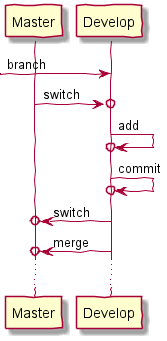
braboj/tutorial-git keeps this PlantUML diagram as assets/images/git_branching_diagram.png. Above is the earlier version.
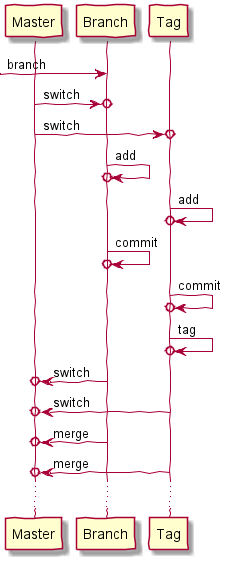
Above is the later version.

Commit message:
Update of the dataflow and branching diagrams

The edit, as a diff of the source:
```diff
@@ -4,15 +4,21 @@
 skinparam handwritten true
 
 participant Master
-participant Develop
+participant Branch
+participant Tag
 
-[-> Develop             : branch
-Master ->o Develop      : switch
-Develop ->o Develop     : add
-Develop ->o Develop     : commit
-Develop ->o Master      : switch
-Develop ->o Master      : merge
-
+[-> Branch             : branch
+Master  ->o Branch     : switch
+Master  ->o Tag        : switch
+Branch  ->o Branch     : add
+Tag     ->o Tag        : add
+Branch  ->o Branch     : commit
+Tag     ->o Tag        : commit
+Tag     ->o Tag        : tag
+Branch  ->o Master     : switch
+Tag     ->o Master     : switch
+Branch  ->o Master     : merge
+Tag     ->o Master     : merge
 ...
 
 @enduml
```
